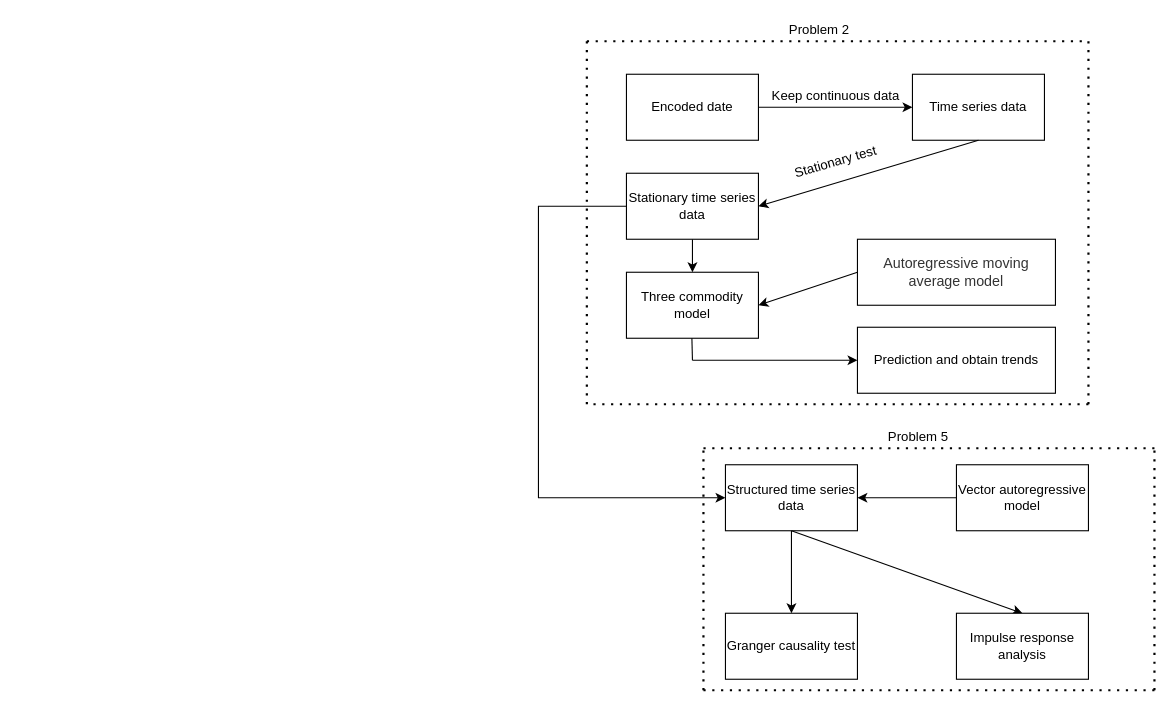
Before: Untitled Diagram.drawio in whuWHX/MS, a draw.io diagram. Source tidied: cells renumbered, new cells numbered last; positions are measured from the earlier drawing's top-left corner, leaving out a move shared by most shapes. Both pictures are drawn from the tidied source at 110%, with x=0, y=0 at pixel (538, 19).
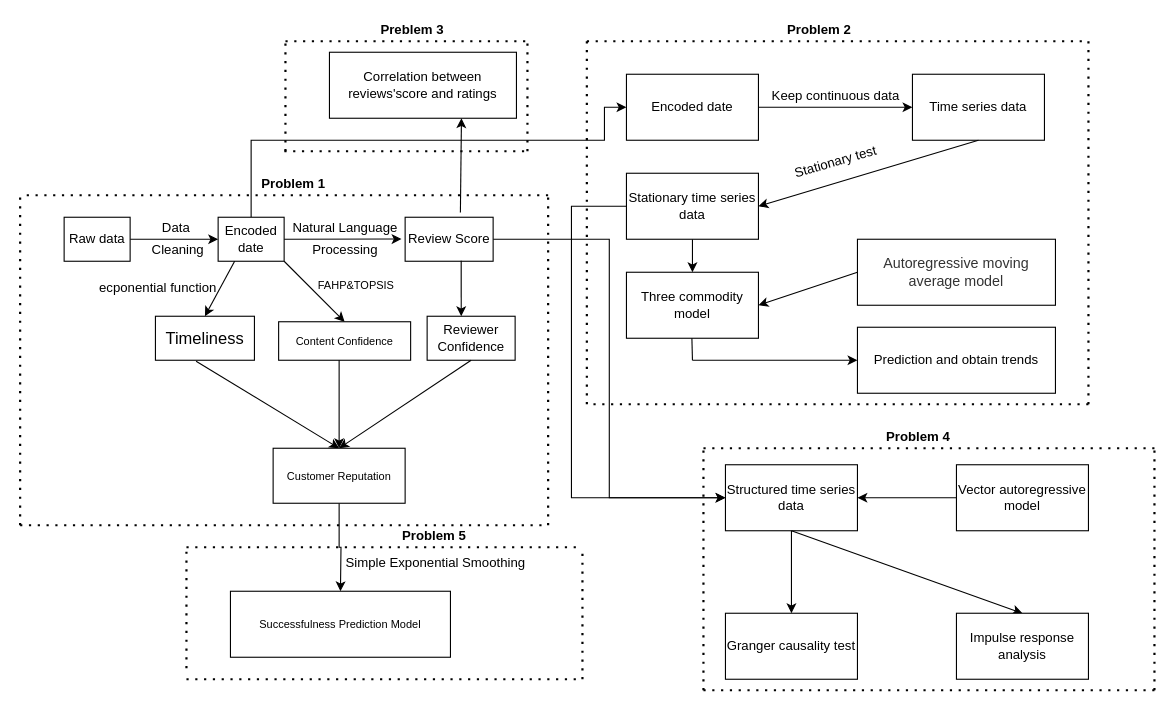
After the change.

The change refers to these unchanged cells:
```xml
<mxCell id="2" value="Encoded date" style="rounded=0;whiteSpace=wrap;html=1;" parent="1" vertex="1">
  <mxGeometry x="80" y="50" width="120" height="60" as="geometry" />
</mxCell>
<mxCell id="11" value="Stationary time series data" style="rounded=0;whiteSpace=wrap;html=1;" parent="1" vertex="1">
  <mxGeometry x="80" y="140" width="120" height="60" as="geometry" />
</mxCell>
<mxCell id="27" value="Structured time series data" style="rounded=0;whiteSpace=wrap;html=1;" parent="1" vertex="1">
  <mxGeometry x="170" y="405" width="120" height="60" as="geometry" />
</mxCell>
```

The edit, as a diff of the source:
```diff
@@
-    <mxCell id="3" value="Problem 2" style="text;html=1;align=center;verticalAlign=middle;fillColor=none;strokeColor=none;rounded=0;" parent="1" vertex="1">
+    <mxCell id="3" value="&lt;b&gt;Problem 2&lt;/b&gt;" style="text;html=1;align=center;verticalAlign=middle;fillColor=none;strokeColor=none;rounded=0;" parent="1" vertex="1">
       <mxGeometry x="220" width="70" height="20" as="geometry" />
     </mxCell>
@@
     <mxCell id="10" style="edgeStyle=orthogonalEdgeStyle;rounded=0;jettySize=auto;html=1;entryX=0;entryY=0.5;entryDx=0;entryDy=0;" parent="1" edge="1" source="11" target="27">
       <mxGeometry relative="1" as="geometry">
         <Array as="points">
-          <mxPoint y="170" />
-          <mxPoint y="435" />
+          <mxPoint x="30" y="170" />
+          <mxPoint x="30" y="435" />
         </Array>
       </mxGeometry>
     </mxCell>
@@
-    <mxCell id="33" value="Problem 5" style="text;html=1;align=center;verticalAlign=middle;fillColor=none;strokeColor=none;rounded=0;" parent="1" vertex="1">
+    <mxCell id="33" value="&lt;b&gt;Problem 4&lt;/b&gt;" style="text;html=1;align=center;verticalAlign=middle;fillColor=none;strokeColor=none;rounded=0;" parent="1" vertex="1">
       <mxGeometry x="310" y="370" width="70" height="20" as="geometry" />
     </mxCell>
+    <mxCell id="34" style="endArrow=none;dashed=1;html=1;dashPattern=1 3;strokeWidth=2;rounded=0;" parent="1" edge="1">
+      <mxGeometry relative="1" as="geometry">
+        <mxPoint x="-230" y="120" as="sourcePoint" />
+        <mxPoint x="-230" y="20" as="targetPoint" />
+      </mxGeometry>
+    </mxCell>
+    <mxCell id="35" style="endArrow=none;dashed=1;html=1;dashPattern=1 3;strokeWidth=2;rounded=0;" parent="1" edge="1">
+      <mxGeometry relative="1" as="geometry">
+        <mxPoint x="-230" y="20" as="sourcePoint" />
+        <mxPoint x="-10" y="20" as="targetPoint" />
+      </mxGeometry>
+    </mxCell>
+    <mxCell id="36" style="endArrow=none;dashed=1;html=1;dashPattern=1 3;strokeWidth=2;rounded=0;" parent="1" edge="1">
+      <mxGeometry relative="1" as="geometry">
+        <mxPoint x="-10" y="120" as="sourcePoint" />
+        <mxPoint x="-10" y="20" as="targetPoint" />
+      </mxGeometry>
+    </mxCell>
+    <mxCell id="37" style="endArrow=none;dashed=1;html=1;dashPattern=1 3;strokeWidth=2;rounded=0;" parent="1" edge="1">
+      <mxGeometry relative="1" as="geometry">
+        <mxPoint x="-231" y="120" as="sourcePoint" />
+        <mxPoint x="-11" y="120" as="targetPoint" />
+        <Array as="points">
+          <mxPoint x="-120" y="120" />
+        </Array>
+      </mxGeometry>
+    </mxCell>
+    <mxCell id="38" value="Correlation between reviews'score and ratings" style="rounded=0;whiteSpace=wrap;html=1;" parent="1" vertex="1">
+      <mxGeometry x="-190" y="30" width="170" height="60" as="geometry" />
+    </mxCell>
+    <mxCell id="39" style="endArrow=classic;html=1;rounded=0;exitX=0.628;exitY=-0.107;exitDx=0;exitDy=0;exitPerimeter=0;" parent="1" edge="1" source="41">
+      <mxGeometry relative="1" as="geometry">
+        <mxPoint x="-70" y="90" as="targetPoint" />
+      </mxGeometry>
+    </mxCell>
+    <mxCell id="40" style="edgeStyle=orthogonalEdgeStyle;rounded=0;jettySize=auto;html=1;exitX=1;exitY=0.5;exitDx=0;exitDy=0;entryX=0;entryY=0.5;entryDx=0;entryDy=0;fontSize=10;" parent="1" edge="1" source="41" target="27">
+      <mxGeometry relative="1" as="geometry" />
+    </mxCell>
+    <mxCell id="41" value="Review Score" style="rounded=0;whiteSpace=wrap;html=1;" parent="1" vertex="1">
+      <mxGeometry x="-121.2" y="180" width="80" height="40" as="geometry" />
+    </mxCell>
+    <mxCell id="42" value="Reviewer Confidence" style="rounded=0;whiteSpace=wrap;html=1;" parent="1" vertex="1">
+      <mxGeometry x="-101.2" y="270" width="80" height="40" as="geometry" />
+    </mxCell>
+    <mxCell id="43" value="&lt;b&gt;Preblem 3&lt;/b&gt;" style="text;html=1;align=center;verticalAlign=middle;fillColor=none;strokeColor=none;rounded=0;" parent="1" vertex="1">
+      <mxGeometry x="-150" width="70" height="20" as="geometry" />
+    </mxCell>
+    <mxCell id="44" style="edgeStyle=orthogonalEdgeStyle;rounded=0;jettySize=auto;html=1;exitX=1;exitY=0.5;exitDx=0;exitDy=0;" parent="1" edge="1" source="45">
+      <mxGeometry relative="1" as="geometry">
+        <mxPoint x="-291.2" y="200" as="targetPoint" />
+      </mxGeometry>
+    </mxCell>
+    <mxCell id="45" value="Raw data" style="rounded=0;whiteSpace=wrap;html=1;" parent="1" vertex="1">
+      <mxGeometry x="-431.2" y="180" width="60" height="40" as="geometry" />
+    </mxCell>
+    <mxCell id="46" value="Data&amp;nbsp;" style="text;html=1;align=center;verticalAlign=middle;fillColor=none;strokeColor=none;rounded=0;" parent="1" vertex="1">
+      <mxGeometry x="-348.2" y="180" width="40" height="20" as="geometry" />
+    </mxCell>
+    <mxCell id="47" value="Cleaning" style="text;html=1;align=center;verticalAlign=middle;fillColor=none;strokeColor=none;rounded=0;" parent="1" vertex="1">
+      <mxGeometry x="-358.2" y="200" width="60" height="20" as="geometry" />
+    </mxCell>
+    <mxCell id="48" style="edgeStyle=orthogonalEdgeStyle;rounded=0;jettySize=auto;html=1;exitX=0.5;exitY=0;exitDx=0;exitDy=0;entryX=0;entryY=0.5;entryDx=0;entryDy=0;fontSize=10;" parent="1" edge="1" source="49" target="2">
+      <mxGeometry relative="1" as="geometry">
+        <Array as="points">
+          <mxPoint x="-261" y="110" />
+          <mxPoint x="60" y="110" />
+          <mxPoint x="60" y="80" />
+        </Array>
+      </mxGeometry>
+    </mxCell>
+    <mxCell id="49" value="Encoded date" style="rounded=0;whiteSpace=wrap;html=1;" parent="1" vertex="1">
+      <mxGeometry x="-291.2" y="180" width="60" height="40" as="geometry" />
+    </mxCell>
+    <mxCell id="50" style="endArrow=classic;html=1;rounded=0;entryX=0.97;entryY=0.991;entryDx=0;entryDy=0;exitX=1;exitY=0.5;exitDx=0;exitDy=0;entryPerimeter=0;" parent="1" edge="1" source="49" target="51">
+      <mxGeometry relative="1" as="geometry" />
+    </mxCell>
+    <mxCell id="51" value="Natural Language" style="text;html=1;align=center;verticalAlign=middle;points=[];fillColor=none;strokeColor=none;rounded=0;" parent="1" vertex="1">
+      <mxGeometry x="-231.2" y="180" width="110" height="20" as="geometry" />
+    </mxCell>
+    <mxCell id="52" value="Processing" style="text;html=1;align=center;verticalAlign=middle;fillColor=none;strokeColor=none;rounded=0;" parent="1" vertex="1">
+      <mxGeometry x="-211.2" y="200" width="70" height="20" as="geometry" />
+    </mxCell>
+    <mxCell id="53" value="&lt;font style=&quot;font-size: 15px&quot;&gt;Timeliness&lt;/font&gt;" style="rounded=0;whiteSpace=wrap;html=1;" parent="1" vertex="1">
+      <mxGeometry x="-348.2" y="270" width="90" height="40" as="geometry" />
+    </mxCell>
+    <mxCell id="54" style="endArrow=classic;html=1;rounded=0;fontSize=15;exitX=1;exitY=1;exitDx=0;exitDy=0;entryX=0.5;entryY=0;entryDx=0;entryDy=0;" parent="1" edge="1" source="49" target="56">
+      <mxGeometry relative="1" as="geometry" />
+    </mxCell>
+    <mxCell id="55" value="&lt;font style=&quot;font-size: 10px&quot;&gt;FAHP&amp;amp;TOPSIS&lt;/font&gt;" style="text;html=1;align=center;verticalAlign=middle;fillColor=none;strokeColor=none;rounded=0;fontSize=15;" parent="1" vertex="1">
+      <mxGeometry x="-211.2" y="230" width="90" height="20" as="geometry" />
+    </mxCell>
+    <mxCell id="56" value="Content Confidence" style="rounded=0;whiteSpace=wrap;html=1;fontSize=10;" parent="1" vertex="1">
+      <mxGeometry x="-236.2" y="275" width="120" height="35" as="geometry" />
+    </mxCell>
+    <mxCell id="57" style="endArrow=classic;html=1;rounded=0;fontSize=10;exitX=0.411;exitY=1.022;exitDx=0;exitDy=0;exitPerimeter=0;" parent="1" edge="1" source="53">
+      <mxGeometry relative="1" as="geometry">
+        <mxPoint x="-181.2" y="390" as="targetPoint" />
+      </mxGeometry>
+    </mxCell>
+    <mxCell id="58" style="endArrow=classic;html=1;rounded=0;fontSize=10;" parent="1" edge="1">
+      <mxGeometry relative="1" as="geometry">
+        <mxPoint x="-181.2" y="310" as="sourcePoint" />
+        <mxPoint x="-181.2" y="390" as="targetPoint" />
+      </mxGeometry>
+    </mxCell>
+    <mxCell id="59" style="endArrow=classic;html=1;rounded=0;fontSize=10;exitX=0.5;exitY=1;exitDx=0;exitDy=0;" parent="1" edge="1" source="42">
+      <mxGeometry relative="1" as="geometry">
+        <mxPoint x="-181.2" y="390" as="targetPoint" />
+      </mxGeometry>
+    </mxCell>
+    <mxCell id="60" style="edgeStyle=orthogonalEdgeStyle;rounded=0;jettySize=auto;html=1;fontSize=10;" parent="1" edge="1" source="61">
+      <mxGeometry relative="1" as="geometry">
+        <mxPoint x="-180" y="520" as="targetPoint" />
+      </mxGeometry>
+    </mxCell>
+    <mxCell id="61" value="Customer Reputation" style="rounded=0;whiteSpace=wrap;html=1;fontSize=10;" parent="1" vertex="1">
+      <mxGeometry x="-241.2" y="390" width="120" height="50" as="geometry" />
+    </mxCell>
+    <mxCell id="62" style="endArrow=none;dashed=1;html=1;dashPattern=1 3;strokeWidth=2;rounded=0;fontSize=10;" parent="1" edge="1">
+      <mxGeometry relative="1" as="geometry">
+        <mxPoint x="8.8" y="160" as="sourcePoint" />
+        <mxPoint x="-471.2" y="160" as="targetPoint" />
+      </mxGeometry>
+    </mxCell>
+    <mxCell id="63" style="endArrow=none;dashed=1;html=1;dashPattern=1 3;strokeWidth=2;rounded=0;fontSize=10;" parent="1" edge="1">
+      <mxGeometry relative="1" as="geometry">
+        <mxPoint x="8.8" y="460" as="sourcePoint" />
+        <mxPoint x="8.8" y="160" as="targetPoint" />
+      </mxGeometry>
+    </mxCell>
+    <mxCell id="64" style="endArrow=none;dashed=1;html=1;dashPattern=1 3;strokeWidth=2;rounded=0;fontSize=10;" parent="1" edge="1">
+      <mxGeometry relative="1" as="geometry">
+        <mxPoint x="-471.2" y="460" as="sourcePoint" />
+        <mxPoint x="8.8" y="460" as="targetPoint" />
+      </mxGeometry>
+    </mxCell>
+    <mxCell id="65" style="endArrow=none;dashed=1;html=1;dashPattern=1 3;strokeWidth=2;rounded=0;fontSize=10;" parent="1" edge="1">
+      <mxGeometry relative="1" as="geometry">
+        <mxPoint x="-471.2" y="460" as="sourcePoint" />
+        <mxPoint x="-471.2" y="160" as="targetPoint" />
+      </mxGeometry>
+    </mxCell>
+    <mxCell id="66" style="endArrow=classic;html=1;rounded=0;fontSize=10;exitX=0.637;exitY=0.99;exitDx=0;exitDy=0;exitPerimeter=0;" parent="1" edge="1" source="41">
+      <mxGeometry relative="1" as="geometry">
+        <mxPoint x="-70.2" y="270" as="targetPoint" />
+      </mxGeometry>
+    </mxCell>
+    <mxCell id="67" style="endArrow=classic;html=1;rounded=0;fontSize=10;exitX=0.25;exitY=1;exitDx=0;exitDy=0;entryX=0.5;entryY=0;entryDx=0;entryDy=0;" parent="1" edge="1" source="49" target="53">
+      <mxGeometry relative="1" as="geometry" />
+    </mxCell>
+    <mxCell id="68" value="&lt;span style=&quot;color: rgb(0, 0, 0); font-family: helvetica; font-size: 12px; font-style: normal; font-weight: 400; letter-spacing: normal; text-align: center; text-indent: 0px; text-transform: none; word-spacing: 0px; display: inline; float: none;&quot;&gt;ecponential function&lt;/span&gt;" style="text;whiteSpace=wrap;html=1;fontSize=10;" parent="1" vertex="1">
+      <mxGeometry x="-401.2" y="230" width="110" height="30" as="geometry" />
+    </mxCell>
+    <mxCell id="69" value="Successfulness Prediction Model" style="rounded=0;whiteSpace=wrap;html=1;fontSize=10;" parent="1" vertex="1">
+      <mxGeometry x="-280" y="520" width="200" height="60" as="geometry" />
+    </mxCell>
+    <mxCell id="70" style="endArrow=none;dashed=1;html=1;dashPattern=1 3;strokeWidth=2;rounded=0;fontSize=10;" parent="1" edge="1">
+      <mxGeometry relative="1" as="geometry">
+        <mxPoint x="-320" y="480" as="sourcePoint" />
+        <mxPoint x="40" y="480" as="targetPoint" />
+      </mxGeometry>
+    </mxCell>
+    <mxCell id="71" style="endArrow=none;dashed=1;html=1;dashPattern=1 3;strokeWidth=2;rounded=0;fontSize=10;" parent="1" edge="1">
+      <mxGeometry relative="1" as="geometry">
+        <mxPoint x="-320" y="590" as="sourcePoint" />
+        <mxPoint x="-320" y="480" as="targetPoint" />
+      </mxGeometry>
+    </mxCell>
+    <mxCell id="72" style="endArrow=none;dashed=1;html=1;dashPattern=1 3;strokeWidth=2;rounded=0;fontSize=10;" parent="1" edge="1">
+      <mxGeometry relative="1" as="geometry">
+        <mxPoint x="40" y="600" as="sourcePoint" />
+        <mxPoint x="40" y="480" as="targetPoint" />
+      </mxGeometry>
+    </mxCell>
+    <mxCell id="73" style="endArrow=none;dashed=1;html=1;dashPattern=1 3;strokeWidth=2;rounded=0;fontSize=10;" parent="1" edge="1">
+      <mxGeometry relative="1" as="geometry">
+        <mxPoint x="-320" y="600" as="sourcePoint" />
+        <mxPoint x="40" y="600" as="targetPoint" />
+      </mxGeometry>
+    </mxCell>
+    <mxCell id="74" value="&lt;span style=&quot;color: rgb(0, 0, 0); font-family: helvetica; font-size: 12px; font-style: normal; font-weight: 400; letter-spacing: normal; text-align: center; text-indent: 0px; text-transform: none; word-spacing: 0px; display: inline; float: none;&quot;&gt;Simple Exponential Smoothing&lt;/span&gt;" style="text;whiteSpace=wrap;html=1;fontSize=10;" parent="1" vertex="1">
+      <mxGeometry x="-177.5" y="480" width="187.5" height="30" as="geometry" />
+    </mxCell>
+    <mxCell id="75" value="&lt;b&gt;Problem 5&lt;/b&gt;" style="text;html=1;align=center;verticalAlign=middle;fillColor=none;strokeColor=none;rounded=0;" parent="1" vertex="1">
+      <mxGeometry x="-130" y="460" width="70" height="20" as="geometry" />
+    </mxCell>
+    <mxCell id="76" value="&lt;b&gt;Problem 1&lt;/b&gt;" style="text;html=1;align=center;verticalAlign=middle;fillColor=none;strokeColor=none;rounded=0;" parent="1" vertex="1">
+      <mxGeometry x="-258.2" y="140" width="70" height="20" as="geometry" />
+    </mxCell>
```
